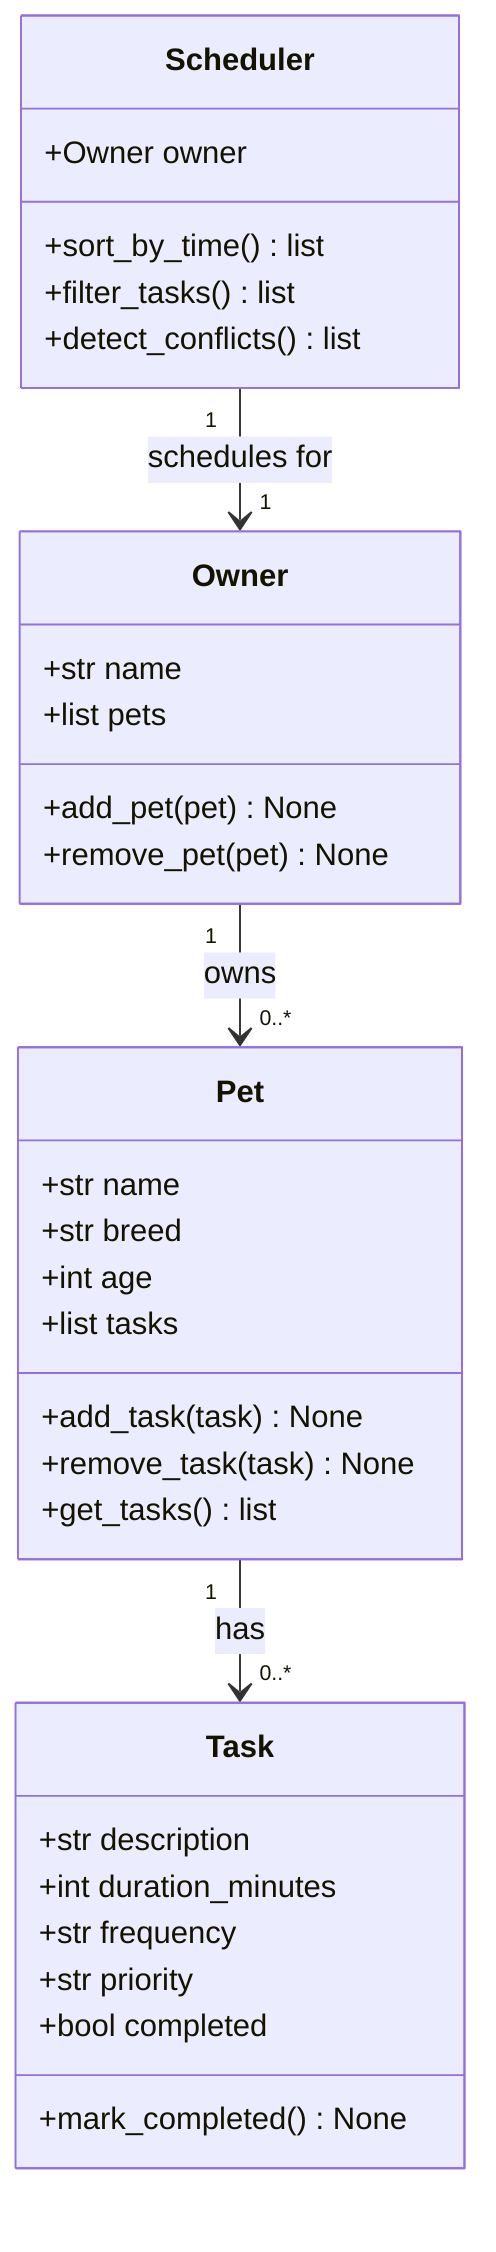
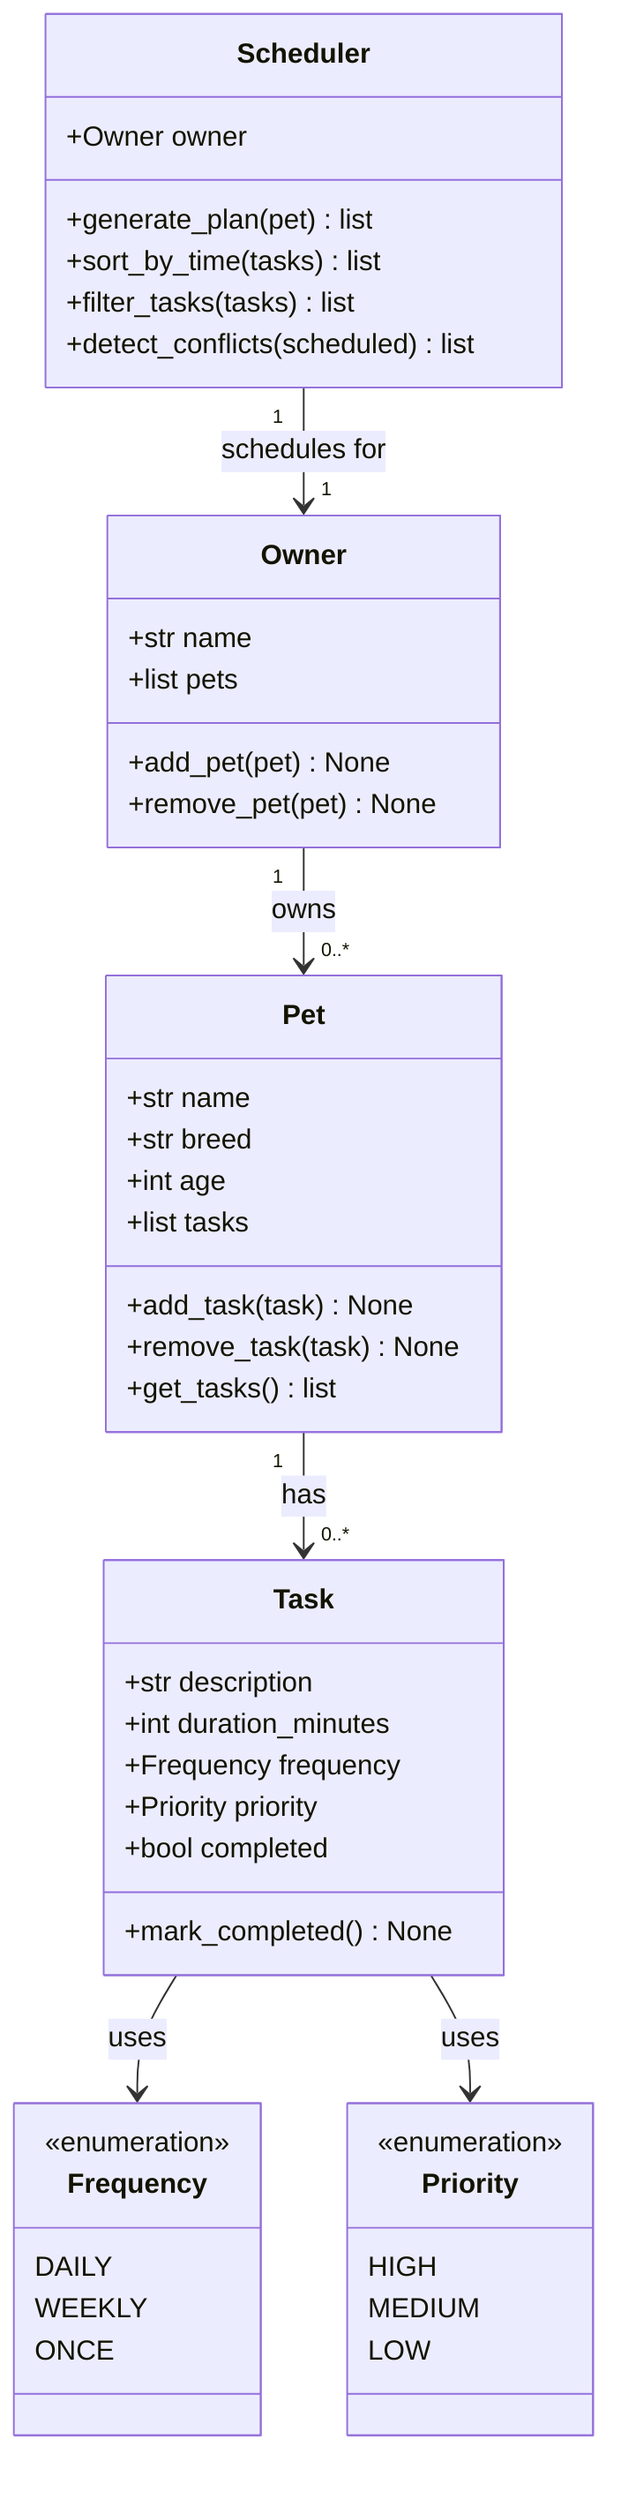
classDiagram
    %% Keep this file updated so it matches your final implementation.

-     class Owner {
-         +str name
-         +list pets
-         +add_pet(pet) None
-         +remove_pet(pet) None
+     class Frequency {
+         <<enumeration>>
+         DAILY
+         WEEKLY
+         ONCE
+     }
+ 
+     class Priority {
+         <<enumeration>>
+         HIGH
+         MEDIUM
+         LOW
+     }
+ 
+     class Task {
+         +str description
+         +int duration_minutes
+         +Frequency frequency
+         +Priority priority
+         +bool completed
+         +mark_completed() None
    }

    class Pet {
        +str name
        +str breed
        +int age
        +list tasks
        +add_task(task) None
        +remove_task(task) None
        +get_tasks() list
    }

-     class Task {
-         +str description
-         +int duration_minutes
-         +str frequency
-         +str priority
-         +bool completed
-         +mark_completed() None
+     class Owner {
+         +str name
+         +list pets
+         +add_pet(pet) None
+         +remove_pet(pet) None
    }

    class Scheduler {
        +Owner owner
-         +sort_by_time() list
-         +filter_tasks() list
-         +detect_conflicts() list
+         +generate_plan(pet) list
+         +sort_by_time(tasks) list
+         +filter_tasks(tasks) list
+         +detect_conflicts(scheduled) list
    }

    Owner "1" --> "0..*" Pet : owns
    Pet "1" --> "0..*" Task : has
    Scheduler "1" --> "1" Owner : schedules for
+     Task --> Frequency : uses
+     Task --> Priority : uses
